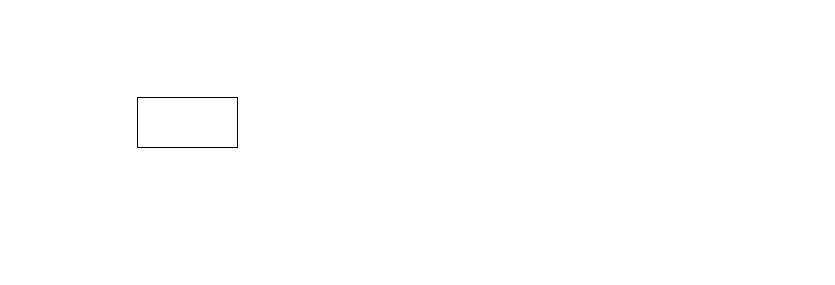
Earlier version of the draw.io diagram page "DER BD 2 TAREA" (2 of 2) of Diagrama sin título.drawio (shaquiboy/1). Source tidied: cells renumbered, new cells numbered last; positions are measured from the earlier drawing's top-left corner, leaving out a move shared by most shapes. Both pictures are drawn from the tidied source at 100%, with x=0, y=0 at pixel (137, 97).
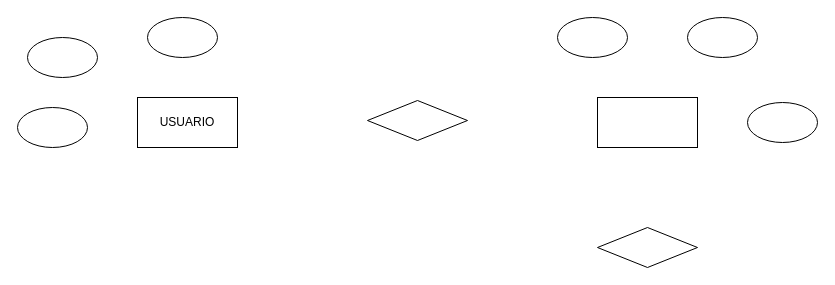
After the change.

What changed in the source:
```diff
@@
 <mxGraphModel>
   <root>
     <mxCell id="0" />
     <mxCell id="1" parent="0" />
-    <mxCell id="2" style="rounded=0;whiteSpace=wrap;html=1;" parent="1" vertex="1">
+    <mxCell id="2" value="USUARIO" style="rounded=0;whiteSpace=wrap;html=1;" parent="1" vertex="1">
       <mxGeometry width="100" height="50" as="geometry" />
     </mxCell>
+    <mxCell id="3" style="ellipse;whiteSpace=wrap;html=1;" parent="1" vertex="1">
+      <mxGeometry x="10" y="-80" width="70" height="40" as="geometry" />
+    </mxCell>
+    <mxCell id="4" style="ellipse;whiteSpace=wrap;html=1;" parent="1" vertex="1">
+      <mxGeometry x="-110" y="-60" width="70" height="40" as="geometry" />
+    </mxCell>
+    <mxCell id="5" style="ellipse;whiteSpace=wrap;html=1;" parent="1" vertex="1">
+      <mxGeometry x="-120" y="10" width="70" height="40" as="geometry" />
+    </mxCell>
+    <mxCell id="6" style="rounded=0;whiteSpace=wrap;html=1;" parent="1" vertex="1">
+      <mxGeometry x="460" width="100" height="50" as="geometry" />
+    </mxCell>
+    <mxCell id="7" style="ellipse;whiteSpace=wrap;html=1;" parent="1" vertex="1">
+      <mxGeometry x="550" y="-80" width="70" height="40" as="geometry" />
+    </mxCell>
+    <mxCell id="8" style="ellipse;whiteSpace=wrap;html=1;" parent="1" vertex="1">
+      <mxGeometry x="420" y="-80" width="70" height="40" as="geometry" />
+    </mxCell>
+    <mxCell id="9" style="ellipse;whiteSpace=wrap;html=1;" parent="1" vertex="1">
+      <mxGeometry x="610" y="5" width="70" height="40" as="geometry" />
+    </mxCell>
+    <mxCell id="10" style="rhombus;whiteSpace=wrap;html=1;" parent="1" vertex="1">
+      <mxGeometry x="230" y="3" width="100" height="40" as="geometry" />
+    </mxCell>
+    <mxCell id="11" style="rhombus;whiteSpace=wrap;html=1;" parent="1" vertex="1">
+      <mxGeometry x="460" y="130" width="100" height="40" as="geometry" />
+    </mxCell>
   </root>
 </mxGraphModel>
```
